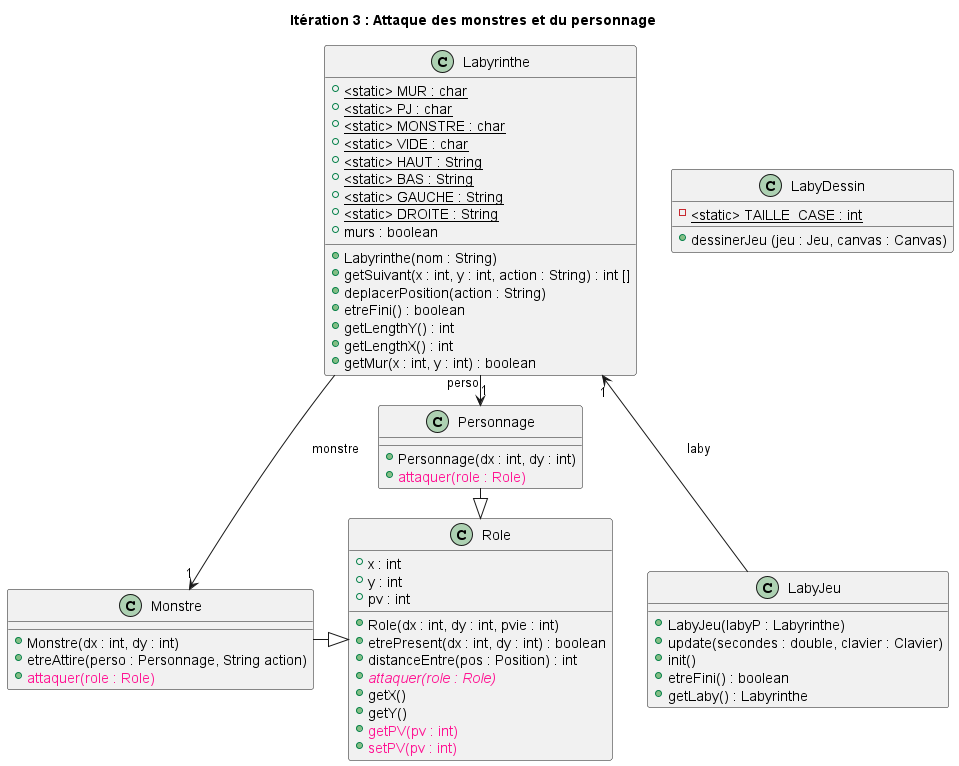
The PlantUML diagram racine_depot/documents/version_4/diagClass_iter3-Itération_3___Attaque_des_monstres_et_du_personnage.png in Hugo-COLLIN/BUT_INFO_S2_2022_Zeldiablo, before a commit. Source of this version:
```plantuml
@startuml
title Itération 3 : Attaque des monstres et du personnage

class Labyrinthe {
    + <static> MUR : char {static}
    + <static> PJ : char {static}
    + <static> MONSTRE : char {static}
    + <static> VIDE : char {static}
    + <static> HAUT : String {static}
    + <static> BAS : String {static}
    + <static> GAUCHE : String {static}
    + <static> DROITE : String {static}
    + murs : boolean

    + Labyrinthe(nom : String)
    + getSuivant(x : int, y : int, action : String) : int []
    + deplacerPosition(action : String)
    + etreFini() : boolean
    + getLengthY() : int
    + getLengthX() : int
    + getMur(x : int, y : int) : boolean
}

class LabyJeu {
    + LabyJeu(labyP : Labyrinthe)
    + update(secondes : double, clavier : Clavier)
    + init()
    + etreFini() : boolean
    + getLaby() : Labyrinthe
}

class LabyDessin {
    - <static> TAILLE_CASE : int {static}
    + dessinerJeu (jeu : Jeu, canvas : Canvas)
}

class Role {
    + x : int
    + y : int
    + pv : int

    + Role(dx : int, dy : int, pvie : int)
    + etrePresent(dx : int, dy : int) : boolean
    + distanceEntre(pos : Position) : int
    {abstract} + <color:deeppink>attaquer(role : Role)</color>
    + getX()
    + getY()
    + <color:deeppink>getPV(pv : int)</color>
    + <color:deeppink>setPV(pv : int)</color>
}

class Personnage {
    + Personnage(dx : int, dy : int)
    + <color:deeppink>attaquer(role : Role)</color>
}

class Monstre {
    + Monstre(dx : int, dy : int)
    + etreAttire(perso : Personnage, String action)
    + <color:deeppink>attaquer(role : Role)</color>
}

Labyrinthe --> Monstre : monstre "1"
Labyrinthe -> Personnage : perso "1"
Labyrinthe "1" <-- LabyJeu : laby

Monstre -|> Role
Personnage -|> Role

@enduml
```
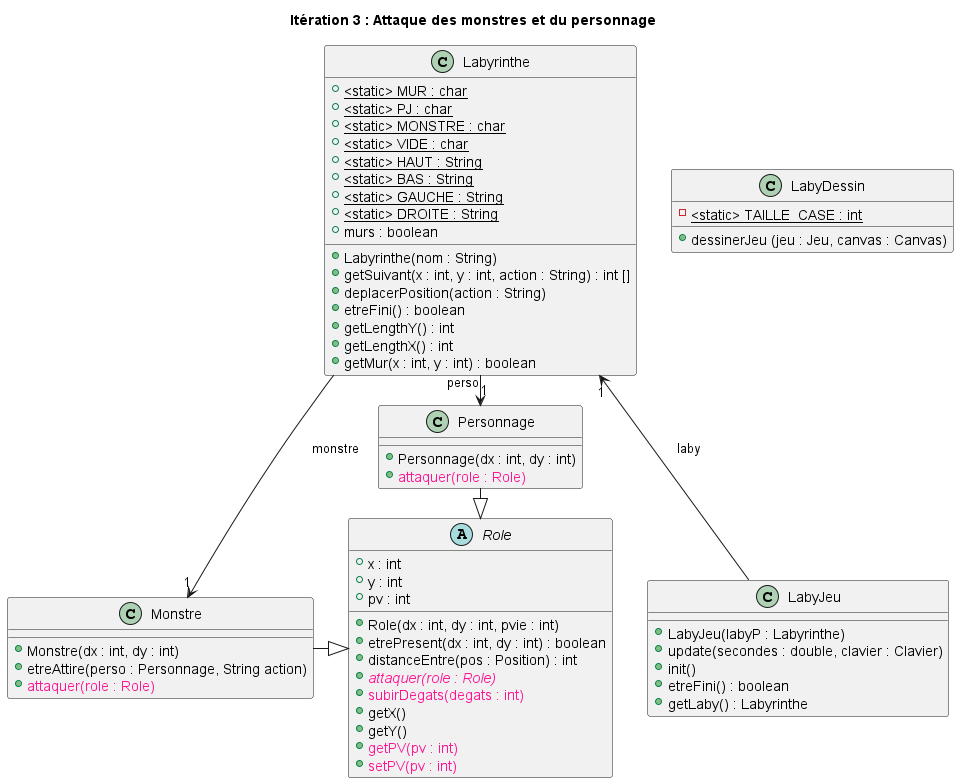
After the commit.

Change to the diagram source:
```diff
@@ -34,7 +34,7 @@
     + dessinerJeu (jeu : Jeu, canvas : Canvas)
 }
 
-class Role {
+abstract class Role {
     + x : int
     + y : int
     + pv : int
@@ -43,6 +43,7 @@
     + etrePresent(dx : int, dy : int) : boolean
     + distanceEntre(pos : Position) : int
     {abstract} + <color:deeppink>attaquer(role : Role)</color>
+    + <color:deeppink>subirDegats(degats : int)</color>
     + getX()
     + getY()
     + <color:deeppink>getPV(pv : int)</color>
```
